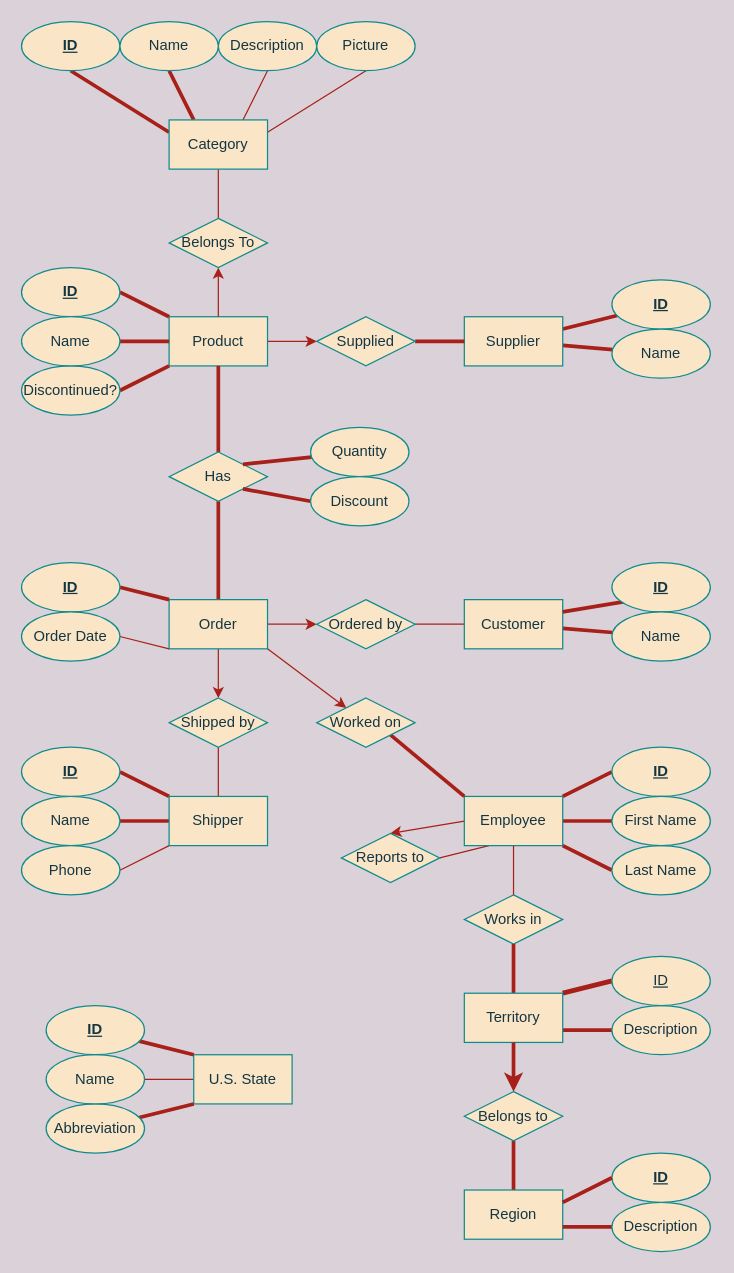
This is week1/workshop/part1_template.drawio from AmandaShuman/SQLpython, a draw.io file, before an edit. Source tidied: cells renumbered, new cells numbered last; positions are measured from the earlier drawing's top-left corner, leaving out a move shared by most shapes. Both pictures are drawn from the tidied source at 123%, with x=0, y=0 at pixel (21, 21).
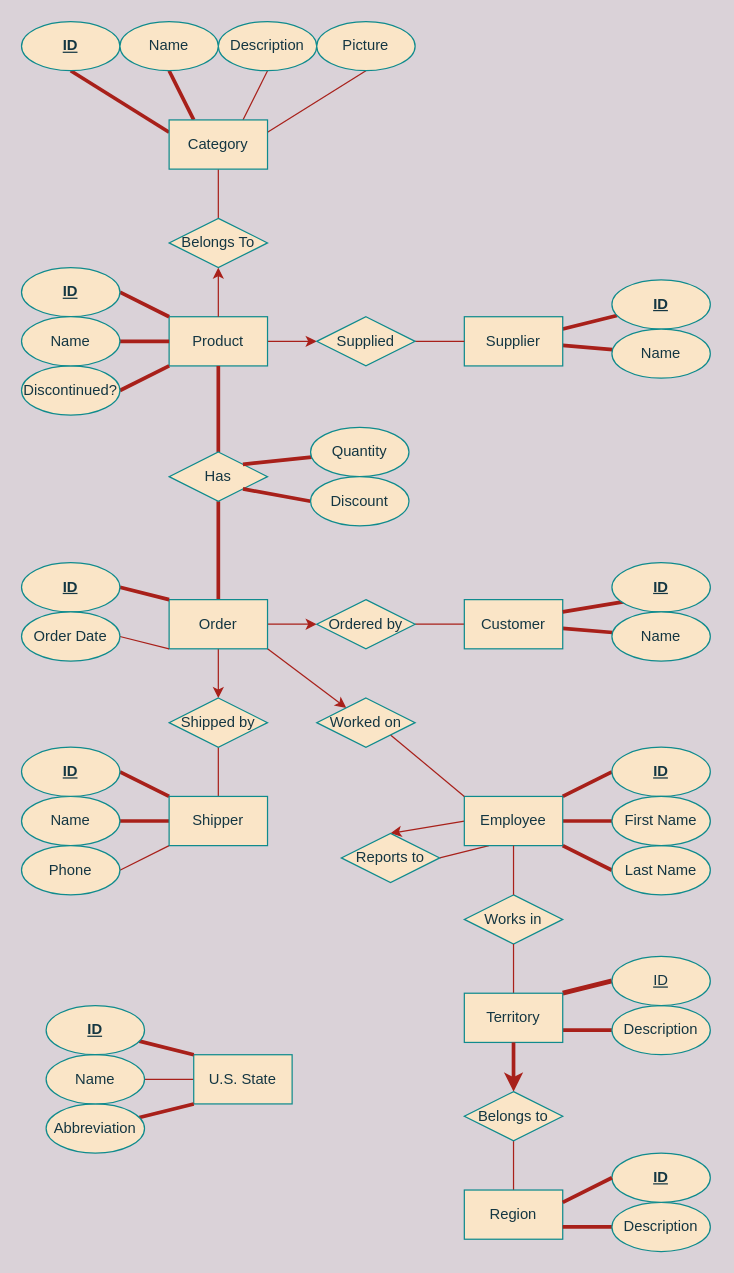
The same diagram, later.

Commit message (it also covers changes not shown here):
updating relationships to remove 1:many foreign keys on 1 parts

The change refers to these unchanged cells:
```xml
<mxCell id="50" value="Supplier" style="rounded=0;whiteSpace=wrap;html=1;fillColor=#FAE5C7;strokeColor=#0F8B8D;fontColor=#143642;" parent="1" vertex="1">
  <mxGeometry x="360" y="240" width="80" height="40" as="geometry" />
</mxCell>
<mxCell id="57" value="Region" style="rounded=0;whiteSpace=wrap;html=1;fillColor=#FAE5C7;strokeColor=#0F8B8D;fontColor=#143642;" parent="1" vertex="1">
  <mxGeometry x="360" y="950" width="80" height="40" as="geometry" />
</mxCell>
<mxCell id="60" value="Employee" style="rounded=0;whiteSpace=wrap;html=1;fillColor=#FAE5C7;strokeColor=#0F8B8D;fontColor=#143642;" parent="1" vertex="1">
  <mxGeometry x="360" y="630" width="80" height="40" as="geometry" />
</mxCell>
<mxCell id="66" value="Worked on" style="rhombus;whiteSpace=wrap;html=1;fillColor=#FAE5C7;strokeColor=#0F8B8D;fontColor=#143642;" parent="1" vertex="1">
  <mxGeometry x="240" y="550" width="80" height="40" as="geometry" />
</mxCell>
<mxCell id="68" value="Works in" style="rhombus;whiteSpace=wrap;html=1;fillColor=#FAE5C7;strokeColor=#0F8B8D;fontColor=#143642;" parent="1" vertex="1">
  <mxGeometry x="360" y="710" width="80" height="40" as="geometry" />
</mxCell>
<mxCell id="78" value="Territory" style="rounded=0;whiteSpace=wrap;html=1;fillColor=#FAE5C7;strokeColor=#0F8B8D;fontColor=#143642;" parent="1" vertex="1">
  <mxGeometry x="360" y="790" width="80" height="40" as="geometry" />
</mxCell>
<mxCell id="86" value="Belongs to" style="rhombus;whiteSpace=wrap;html=1;fillColor=#FAE5C7;strokeColor=#0F8B8D;fontColor=#143642;" parent="1" vertex="1">
  <mxGeometry x="360" y="870" width="80" height="40" as="geometry" />
</mxCell>
<mxCell id="88" value="Supplied" style="rhombus;whiteSpace=wrap;html=1;fillColor=#FAE5C7;strokeColor=#0F8B8D;fontColor=#143642;" parent="1" vertex="1">
  <mxGeometry x="240" y="240" width="80" height="40" as="geometry" />
</mxCell>
```

Change to the diagram source:
```diff
@@
-    <mxCell id="56" style="edgeStyle=none;rounded=0;jettySize=auto;html=1;endArrow=none;endFill=0;strokeWidth=3;labelBackgroundColor=#DAD2D8;strokeColor=#A8201A;fontColor=#143642;" parent="1" edge="1" source="57" target="86">
+    <mxCell id="56" style="edgeStyle=none;rounded=0;jettySize=auto;html=1;endArrow=none;endFill=0;strokeWidth=1;labelBackgroundColor=#DAD2D8;strokeColor=#A8201A;fontColor=#143642;" parent="1" edge="1" source="57" target="86">
       <mxGeometry relative="1" as="geometry" />
     </mxCell>
@@
-    <mxCell id="65" style="rounded=0;jettySize=auto;html=1;exitX=1;exitY=1;exitDx=0;exitDy=0;entryX=0;entryY=0;entryDx=0;entryDy=0;endArrow=none;endFill=0;strokeWidth=3;labelBackgroundColor=#DAD2D8;strokeColor=#A8201A;fontColor=#143642;" parent="1" edge="1" source="66" target="60">
+    <mxCell id="65" style="rounded=0;jettySize=auto;html=1;exitX=1;exitY=1;exitDx=0;exitDy=0;entryX=0;entryY=0;entryDx=0;entryDy=0;endArrow=none;endFill=0;strokeWidth=1;labelBackgroundColor=#DAD2D8;strokeColor=#A8201A;fontColor=#143642;" parent="1" edge="1" source="66" target="60">
       <mxGeometry relative="1" as="geometry" />
     </mxCell>
@@
-    <mxCell id="74" style="edgeStyle=orthogonalEdgeStyle;rounded=0;jettySize=auto;html=1;exitX=0.5;exitY=0;exitDx=0;exitDy=0;entryX=0.5;entryY=1;entryDx=0;entryDy=0;endArrow=none;endFill=0;strokeWidth=3;labelBackgroundColor=#DAD2D8;strokeColor=#A8201A;fontColor=#143642;" parent="1" edge="1" source="78" target="68">
+    <mxCell id="74" style="edgeStyle=orthogonalEdgeStyle;rounded=0;jettySize=auto;html=1;exitX=0.5;exitY=0;exitDx=0;exitDy=0;entryX=0.5;entryY=1;entryDx=0;entryDy=0;endArrow=none;endFill=0;strokeWidth=1;labelBackgroundColor=#DAD2D8;strokeColor=#A8201A;fontColor=#143642;" parent="1" edge="1" source="78" target="68">
       <mxGeometry relative="1" as="geometry" />
     </mxCell>
@@
-    <mxCell id="87" style="edgeStyle=none;rounded=0;jettySize=auto;html=1;endArrow=none;endFill=0;strokeWidth=3;labelBackgroundColor=#DAD2D8;strokeColor=#A8201A;fontColor=#143642;" parent="1" edge="1" source="88" target="50">
+    <mxCell id="87" style="edgeStyle=none;rounded=0;jettySize=auto;html=1;endArrow=none;endFill=0;strokeWidth=1;labelBackgroundColor=#DAD2D8;strokeColor=#A8201A;fontColor=#143642;" parent="1" edge="1" source="88" target="50">
       <mxGeometry relative="1" as="geometry" />
     </mxCell>
```
